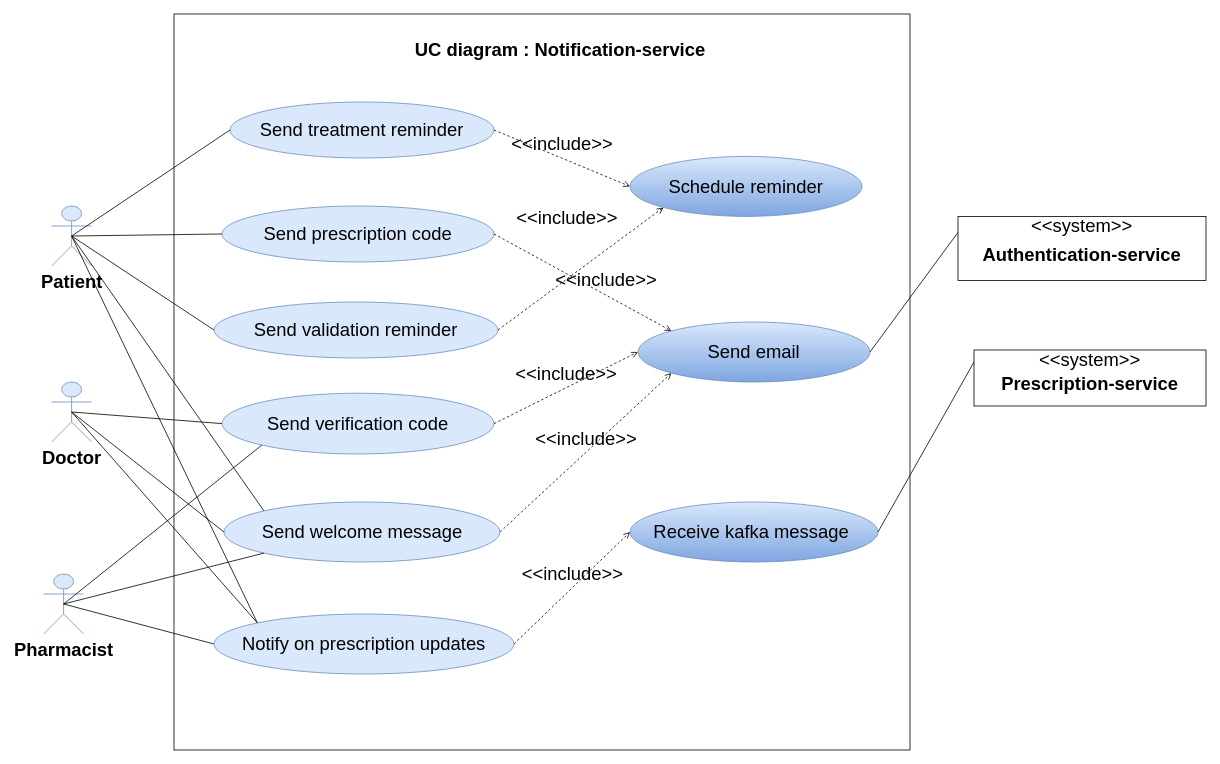
Earlier version of the draw.io diagram Use case_diagram/Notifications use case diagram.drawio (siwar630/Conception-pfe). Source tidied: cells renumbered, new cells numbered last; positions are measured from the earlier drawing's top-left corner, leaving out a move shared by most shapes. Both pictures are drawn from the tidied source at 80%, with x=0, y=0 at pixel (43, 14).
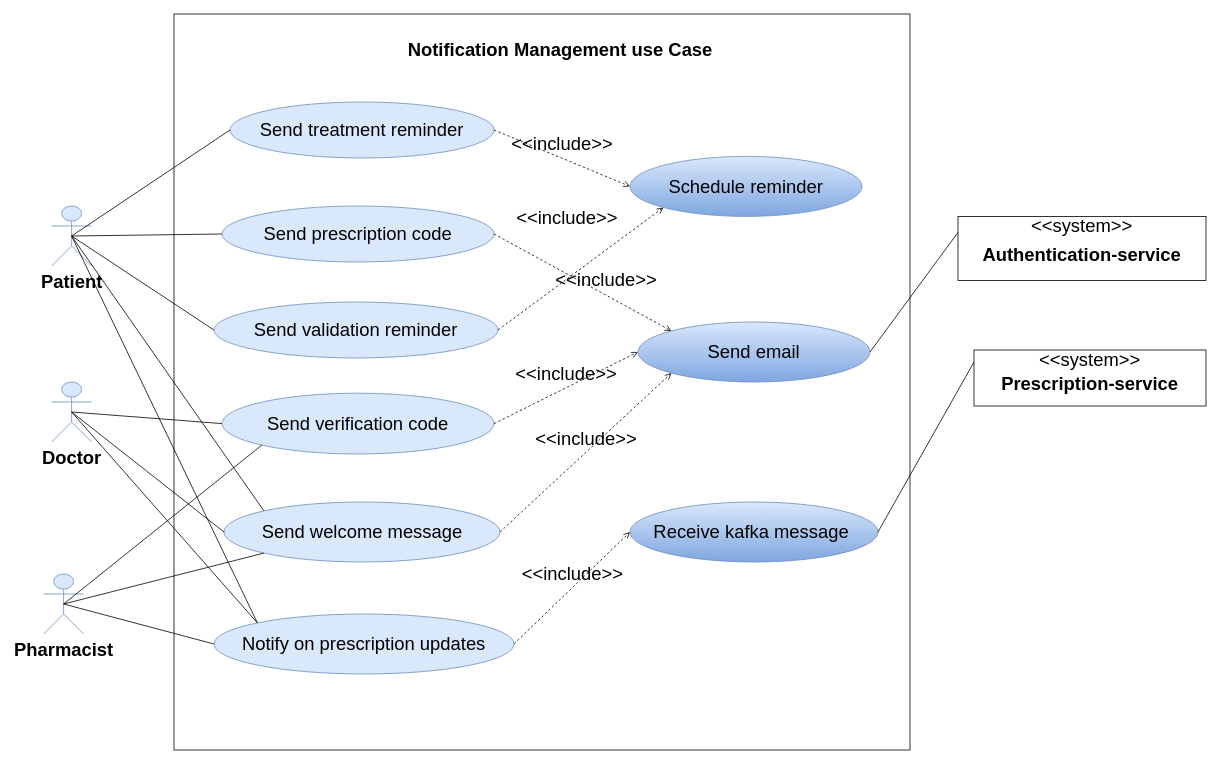
Above is the later version.

Commit message:
Mettre à jour Notifications use case diagram.drawio

Change to the diagram source:
```diff
@@
-    <mxCell id="4" value="&lt;b&gt;&lt;font&gt;UC diagram : Notification-service&lt;/font&gt;&lt;/b&gt;" style="text;html=1;align=center;verticalAlign=middle;whiteSpace=wrap;rounded=0;fontSize=23;" parent="1" vertex="1">
+    <mxCell id="4" value="&lt;b&gt;&lt;font&gt;Notification Management use Case&lt;/font&gt;&lt;/b&gt;" style="text;html=1;align=center;verticalAlign=middle;whiteSpace=wrap;rounded=0;fontSize=23;" parent="1" vertex="1">
       <mxGeometry x="425.5" y="30" width="440" height="30" as="geometry" />
     </mxCell>
```
